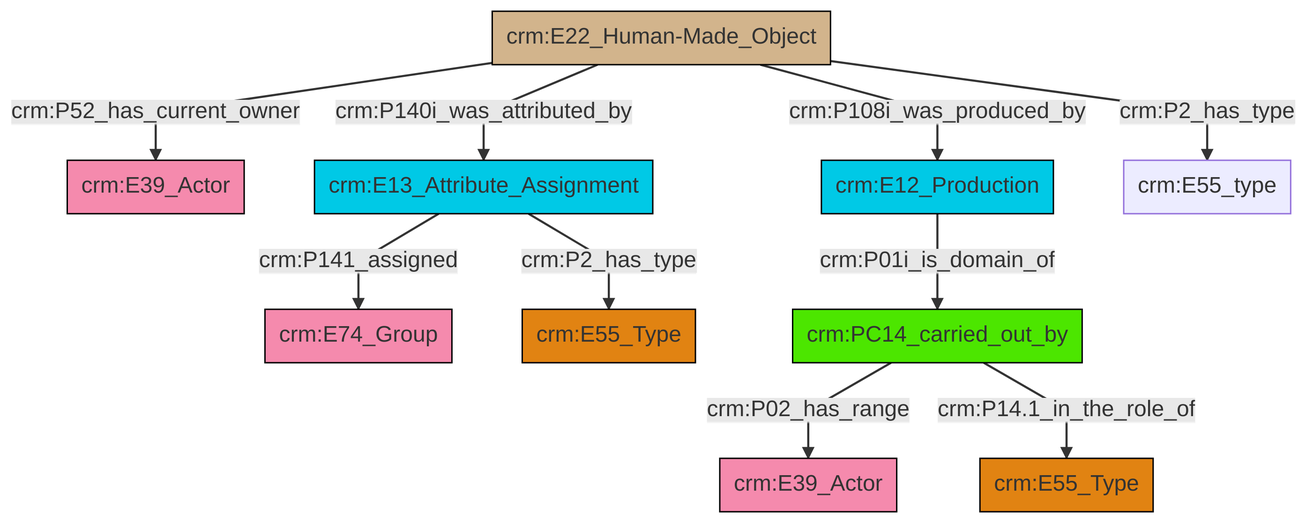
Before: et/builtWorkCSV/ttl/mmd/png/Built_Work_actor_relations.png, a diagram exported from Mermaid (swiss-art-research-net/reference-data-models). Its source is kept beside it as et/builtWorkCSV/ttl/mmd/Built_Work_actor_relations.ttl.mmd.
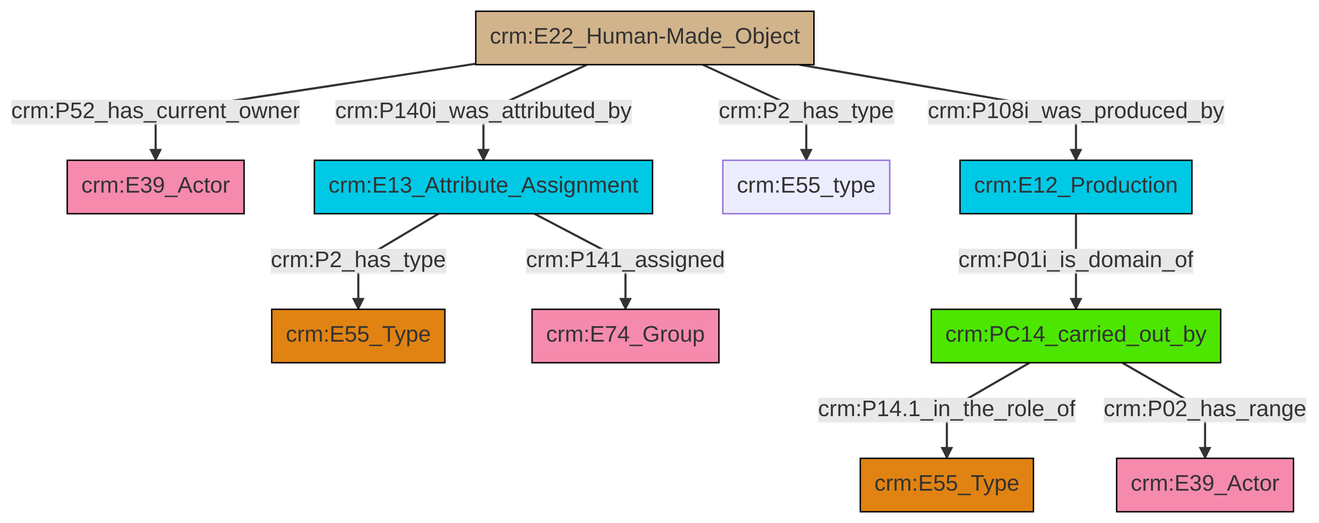
The same diagram one commit later.

Diff of the diagram source:
```diff
@@ -13,12 +13,12 @@
 classDef PC_Classes fill:#4ce600, stroke:#000000;
 classDef Multi fill:#cccccc,stroke:#000000;
 
-2["crm:PC14_carried_out_by"]:::PC_Classes -->|crm:P02_has_range| 3["crm:E39_Actor"]:::Actor
-2["crm:PC14_carried_out_by"]:::PC_Classes -->|crm:P14.1_in_the_role_of| 10["crm:E55_Type"]:::Type
-6["crm:E22_Human-Made_Object"]:::Physical_Thing -->|crm:P52_has_current_owner| 11["crm:E39_Actor"]:::Actor
-4["crm:E13_Attribute_Assignment"]:::Temporal_Entity -->|crm:P141_assigned| 0["crm:E74_Group"]:::Actor
-12["crm:E12_Production"]:::Temporal_Entity -->|crm:P01i_is_domain_of| 2["crm:PC14_carried_out_by"]:::PC_Classes
-6["crm:E22_Human-Made_Object"]:::Physical_Thing -->|crm:P140i_was_attributed_by| 4["crm:E13_Attribute_Assignment"]:::Temporal_Entity
-6["crm:E22_Human-Made_Object"]:::Physical_Thing -->|crm:P108i_was_produced_by| 12["crm:E12_Production"]:::Temporal_Entity
-6["crm:E22_Human-Made_Object"]:::Physical_Thing -->|crm:P2_has_type| 8["crm:E55_type"]:::Default
-4["crm:E13_Attribute_Assignment"]:::Temporal_Entity -->|crm:P2_has_type| 16["crm:E55_Type"]:::Type
+2["crm:E22_Human-Made_Object"]:::Physical_Thing -->|crm:P52_has_current_owner| 3["crm:E39_Actor"]:::Actor
+2["crm:E22_Human-Made_Object"]:::Physical_Thing -->|crm:P108i_was_produced_by| 6["crm:E12_Production"]:::Temporal_Entity
+2["crm:E22_Human-Made_Object"]:::Physical_Thing -->|crm:P2_has_type| 11["crm:E55_type"]:::Default
+14["crm:E13_Attribute_Assignment"]:::Temporal_Entity -->|crm:P2_has_type| 0["crm:E55_Type"]:::Type
+12["crm:PC14_carried_out_by"]:::PC_Classes -->|crm:P14.1_in_the_role_of| 9["crm:E55_Type"]:::Type
+14["crm:E13_Attribute_Assignment"]:::Temporal_Entity -->|crm:P141_assigned| 4["crm:E74_Group"]:::Actor
+12["crm:PC14_carried_out_by"]:::PC_Classes -->|crm:P02_has_range| 15["crm:E39_Actor"]:::Actor
+6["crm:E12_Production"]:::Temporal_Entity -->|crm:P01i_is_domain_of| 12["crm:PC14_carried_out_by"]:::PC_Classes
+2["crm:E22_Human-Made_Object"]:::Physical_Thing -->|crm:P140i_was_attributed_by| 14["crm:E13_Attribute_Assignment"]:::Temporal_Entity
```
